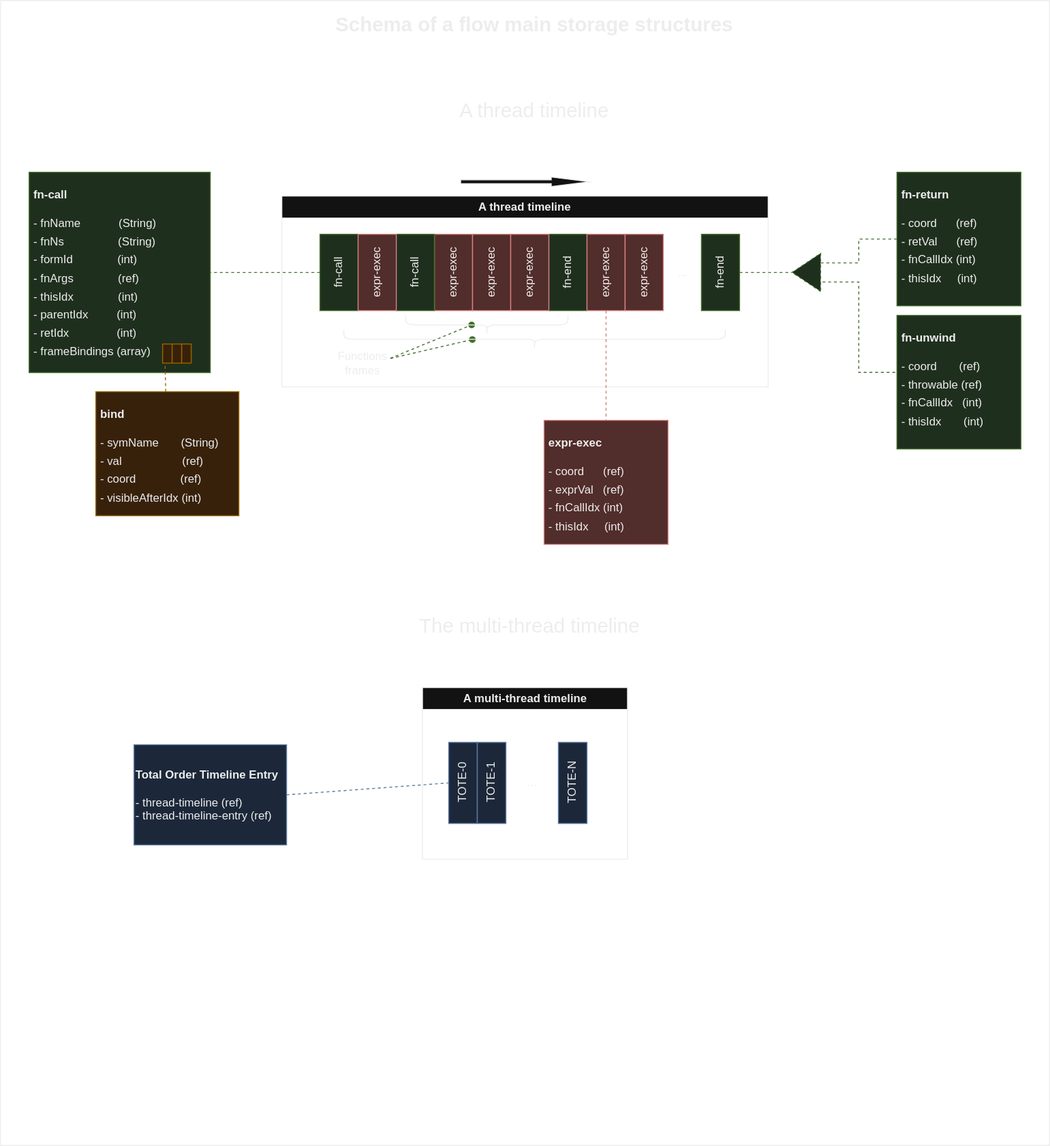
Above: docs/timeline.svg in flow-storm/flow-storm-debugger (draw.io), before the change. Source tidied: cells renumbered, new cells last; positions are measured from the earlier drawing's top-left corner, leaving out a move shared by most shapes.
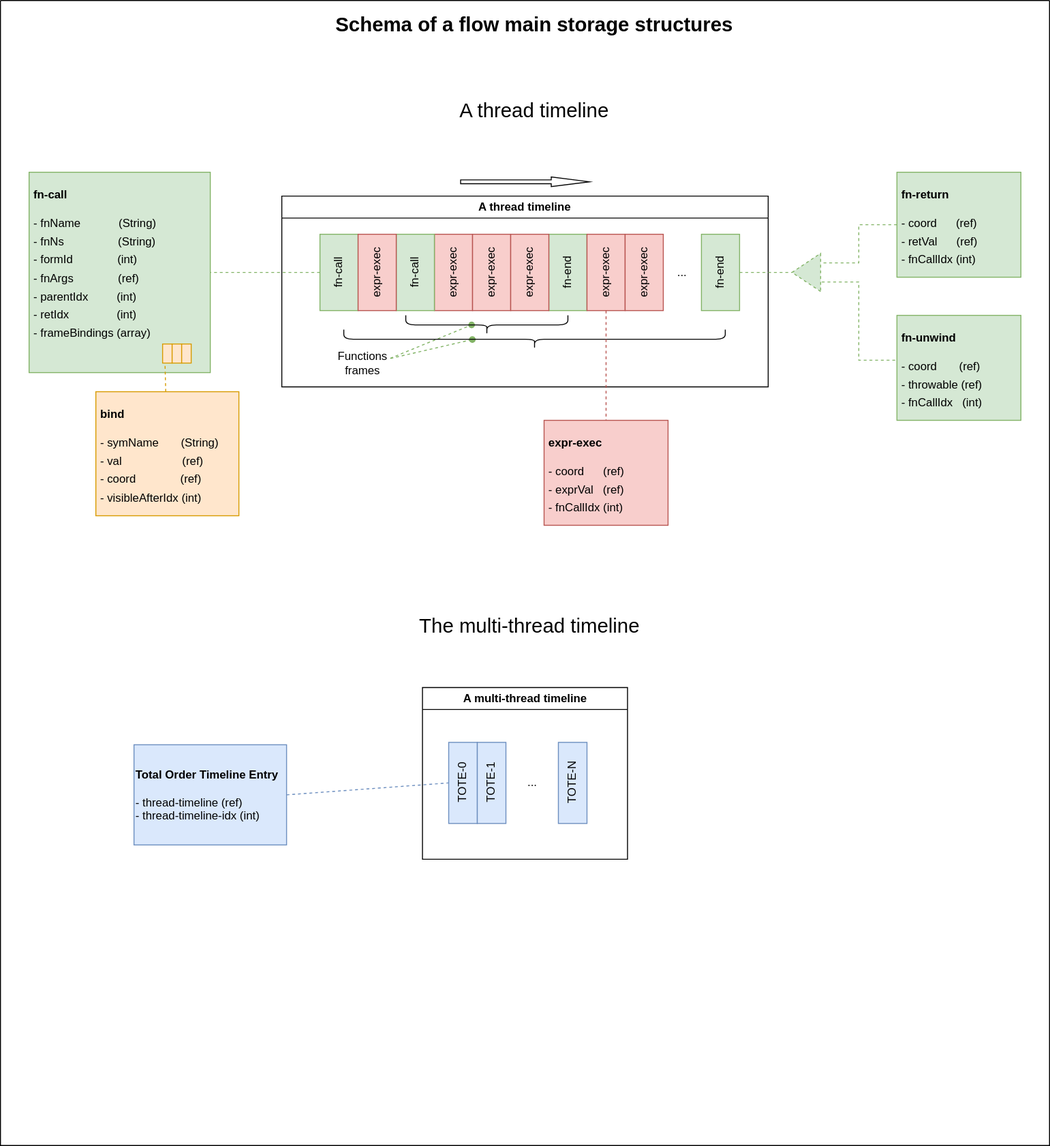
The same file after the commit.

What changed in the source:
```diff
@@ -11,14 +11,14 @@
     <mxCell id="4" style="edgeStyle=orthogonalEdgeStyle;rounded=0;jettySize=auto;html=1;exitX=0;exitY=0.5;exitDx=0;exitDy=0;entryX=0;entryY=0.75;entryDx=0;entryDy=0;dashed=1;fillColor=#d5e8d4;strokeColor=#82b366;endArrow=none;endFill=0;" parent="2" edge="1" source="5" target="3">
       <mxGeometry relative="1" as="geometry" />
     </mxCell>
-    <mxCell id="5" value="&lt;h1&gt;&lt;font style=&quot;font-size: 12px;&quot;&gt;fn-return&lt;/font&gt;&lt;/h1&gt;&lt;p style=&quot;line-height: 60%;&quot;&gt;- coord&amp;nbsp; &amp;nbsp; &amp;nbsp; (ref)&lt;/p&gt;&lt;p style=&quot;line-height: 60%;&quot;&gt;- retVal&amp;nbsp; &amp;nbsp; &amp;nbsp; (ref)&lt;/p&gt;&lt;p style=&quot;line-height: 60%;&quot;&gt;- fnCallIdx (int)&lt;/p&gt;&lt;p style=&quot;line-height: 60%;&quot;&gt;- thisIdx&amp;nbsp; &amp;nbsp; &amp;nbsp;(int)&lt;/p&gt;" style="text;html=1;strokeColor=#82b366;fillColor=#d5e8d4;spacing=5;spacingTop=-20;whiteSpace=wrap;overflow=hidden;rounded=0;" parent="2" vertex="1">
-      <mxGeometry x="940" y="180" width="130" height="140" as="geometry" />
+    <mxCell id="5" value="&lt;h1&gt;&lt;font style=&quot;font-size: 12px;&quot;&gt;fn-return&lt;/font&gt;&lt;/h1&gt;&lt;p style=&quot;line-height: 60%;&quot;&gt;- coord&amp;nbsp; &amp;nbsp; &amp;nbsp; (ref)&lt;/p&gt;&lt;p style=&quot;line-height: 60%;&quot;&gt;- retVal&amp;nbsp; &amp;nbsp; &amp;nbsp; (ref)&lt;/p&gt;&lt;p style=&quot;line-height: 60%;&quot;&gt;- fnCallIdx (int)&lt;/p&gt;" style="text;html=1;strokeColor=#82b366;fillColor=#d5e8d4;spacing=5;spacingTop=-20;whiteSpace=wrap;overflow=hidden;rounded=0;" parent="2" vertex="1">
+      <mxGeometry x="940" y="180" width="130" height="110" as="geometry" />
     </mxCell>
     <mxCell id="6" style="edgeStyle=orthogonalEdgeStyle;rounded=0;jettySize=auto;html=1;exitX=-0.014;exitY=0.427;exitDx=0;exitDy=0;entryX=0;entryY=0.25;entryDx=0;entryDy=0;dashed=1;endArrow=none;endFill=0;fillColor=#d5e8d4;strokeColor=#82b366;exitPerimeter=0;" parent="2" edge="1" source="7" target="3">
       <mxGeometry relative="1" as="geometry" />
     </mxCell>
-    <mxCell id="7" value="&lt;h1&gt;&lt;font style=&quot;font-size: 12px;&quot;&gt;fn-unwind&lt;/font&gt;&lt;/h1&gt;&lt;p style=&quot;line-height: 60%;&quot;&gt;- coord&amp;nbsp; &amp;nbsp; &amp;nbsp; &amp;nbsp;(ref)&lt;/p&gt;&lt;p style=&quot;line-height: 60%;&quot;&gt;- throwable (ref)&lt;/p&gt;&lt;p style=&quot;line-height: 60%;&quot;&gt;- fnCallIdx&amp;nbsp; &amp;nbsp;(int)&lt;/p&gt;&lt;p style=&quot;line-height: 60%;&quot;&gt;- thisIdx&amp;nbsp; &amp;nbsp; &amp;nbsp; &amp;nbsp;(int)&lt;/p&gt;" style="text;html=1;strokeColor=#82b366;fillColor=#d5e8d4;spacing=5;spacingTop=-20;whiteSpace=wrap;overflow=hidden;rounded=0;" parent="2" vertex="1">
-      <mxGeometry x="940" y="330" width="130" height="140" as="geometry" />
+    <mxCell id="7" value="&lt;h1&gt;&lt;font style=&quot;font-size: 12px;&quot;&gt;fn-unwind&lt;/font&gt;&lt;/h1&gt;&lt;p style=&quot;line-height: 60%;&quot;&gt;- coord&amp;nbsp; &amp;nbsp; &amp;nbsp; &amp;nbsp;(ref)&lt;/p&gt;&lt;p style=&quot;line-height: 60%;&quot;&gt;- throwable (ref)&lt;/p&gt;&lt;p style=&quot;line-height: 60%;&quot;&gt;- fnCallIdx&amp;nbsp; &amp;nbsp;(int)&lt;/p&gt;" style="text;html=1;strokeColor=#82b366;fillColor=#d5e8d4;spacing=5;spacingTop=-20;whiteSpace=wrap;overflow=hidden;rounded=0;" parent="2" vertex="1">
+      <mxGeometry x="940" y="330" width="130" height="110" as="geometry" />
     </mxCell>
     <mxCell id="8" style="rounded=0;jettySize=auto;html=1;exitX=0.978;exitY=0.333;exitDx=0;exitDy=0;entryX=0.5;entryY=0.594;entryDx=0;entryDy=0;entryPerimeter=0;endArrow=oval;endFill=1;exitPerimeter=0;dashed=1;fillColor=#d5e8d4;strokeColor=#82b366;" parent="2" edge="1" source="22" target="24">
       <mxGeometry relative="1" as="geometry" />
@@ -74,7 +74,7 @@
     <mxCell id="25" style="shape=curlyBracket;whiteSpace=wrap;html=1;rounded=1;flipH=1;labelPosition=right;verticalLabelPosition=middle;align=left;verticalAlign=middle;rotation=90;" parent="2" vertex="1">
       <mxGeometry x="550" y="155" width="20" height="400" as="geometry" />
     </mxCell>
-    <mxCell id="26" value="&lt;h1&gt;&lt;font style=&quot;font-size: 12px;&quot;&gt;fn-call&amp;nbsp;&lt;/font&gt;&lt;/h1&gt;&lt;p style=&quot;line-height: 60%;&quot;&gt;- fnName&amp;nbsp; &amp;nbsp; &amp;nbsp; &amp;nbsp; &amp;nbsp; &amp;nbsp; (String)&lt;/p&gt;&lt;p style=&quot;line-height: 60%;&quot;&gt;- fnNs&amp;nbsp; &amp;nbsp; &amp;nbsp; &amp;nbsp; &amp;nbsp; &amp;nbsp; &amp;nbsp; &amp;nbsp; &amp;nbsp;(String)&lt;/p&gt;&lt;p style=&quot;line-height: 60%;&quot;&gt;- formId&amp;nbsp; &amp;nbsp; &amp;nbsp; &amp;nbsp; &amp;nbsp; &amp;nbsp; &amp;nbsp; (int)&lt;/p&gt;&lt;p style=&quot;line-height: 60%;&quot;&gt;- fnArgs&amp;nbsp; &amp;nbsp; &amp;nbsp; &amp;nbsp; &amp;nbsp; &amp;nbsp; &amp;nbsp; (ref)&lt;/p&gt;&lt;p style=&quot;line-height: 60%;&quot;&gt;&lt;span style=&quot;background-color: initial;&quot;&gt;- thisIdx&amp;nbsp; &amp;nbsp; &amp;nbsp; &amp;nbsp; &amp;nbsp; &amp;nbsp; &amp;nbsp; (int)&lt;/span&gt;&lt;br&gt;&lt;/p&gt;&lt;p style=&quot;line-height: 60%;&quot;&gt;- parentIdx&amp;nbsp; &amp;nbsp; &amp;nbsp; &amp;nbsp; &amp;nbsp;(int)&lt;/p&gt;&lt;p style=&quot;line-height: 60%;&quot;&gt;&lt;span style=&quot;background-color: initial;&quot;&gt;- retIdx&amp;nbsp; &amp;nbsp; &amp;nbsp; &amp;nbsp; &amp;nbsp; &amp;nbsp; &amp;nbsp; &amp;nbsp;(int)&lt;/span&gt;&lt;/p&gt;&lt;p style=&quot;line-height: 60%;&quot;&gt;- frameBindings (array)&lt;span style=&quot;background-color: initial;&quot;&gt;&lt;br&gt;&lt;/span&gt;&lt;/p&gt;" style="text;html=1;strokeColor=#82b366;fillColor=#d5e8d4;spacing=5;spacingTop=-20;whiteSpace=wrap;overflow=hidden;rounded=0;" parent="2" vertex="1">
+    <mxCell id="26" value="&lt;h1&gt;&lt;font style=&quot;font-size: 12px;&quot;&gt;fn-call&amp;nbsp;&lt;/font&gt;&lt;/h1&gt;&lt;p style=&quot;line-height: 60%;&quot;&gt;- fnName&amp;nbsp; &amp;nbsp; &amp;nbsp; &amp;nbsp; &amp;nbsp; &amp;nbsp; (String)&lt;/p&gt;&lt;p style=&quot;line-height: 60%;&quot;&gt;- fnNs&amp;nbsp; &amp;nbsp; &amp;nbsp; &amp;nbsp; &amp;nbsp; &amp;nbsp; &amp;nbsp; &amp;nbsp; &amp;nbsp;(String)&lt;/p&gt;&lt;p style=&quot;line-height: 60%;&quot;&gt;- formId&amp;nbsp; &amp;nbsp; &amp;nbsp; &amp;nbsp; &amp;nbsp; &amp;nbsp; &amp;nbsp; (int)&lt;/p&gt;&lt;p style=&quot;line-height: 60%;&quot;&gt;- fnArgs&amp;nbsp; &amp;nbsp; &amp;nbsp; &amp;nbsp; &amp;nbsp; &amp;nbsp; &amp;nbsp; (ref)&lt;/p&gt;&lt;p style=&quot;line-height: 60%;&quot;&gt;- parentIdx&amp;nbsp; &amp;nbsp; &amp;nbsp; &amp;nbsp; &amp;nbsp;(int)&lt;/p&gt;&lt;p style=&quot;line-height: 60%;&quot;&gt;&lt;span style=&quot;background-color: initial;&quot;&gt;- retIdx&amp;nbsp; &amp;nbsp; &amp;nbsp; &amp;nbsp; &amp;nbsp; &amp;nbsp; &amp;nbsp; &amp;nbsp;(int)&lt;/span&gt;&lt;/p&gt;&lt;p style=&quot;line-height: 60%;&quot;&gt;- frameBindings (array)&lt;span style=&quot;background-color: initial;&quot;&gt;&lt;br&gt;&lt;/span&gt;&lt;/p&gt;" style="text;html=1;strokeColor=#82b366;fillColor=#d5e8d4;spacing=5;spacingTop=-20;whiteSpace=wrap;overflow=hidden;rounded=0;" parent="2" vertex="1">
       <mxGeometry x="30" y="180" width="190" height="210" as="geometry" />
     </mxCell>
     <mxCell id="27" style="rounded=0;jettySize=auto;html=1;fillColor=#d5e8d4;strokeColor=#82b366;dashed=1;endArrow=none;endFill=0;" parent="2" edge="1" source="10" target="26">
@@ -101,8 +101,8 @@
     <mxCell id="34" style="html=1;shadow=0;dashed=0;align=center;verticalAlign=middle;shape=mxgraph.arrows2.arrow;dy=0.6;dx=40;notch=0;" parent="2" vertex="1">
       <mxGeometry x="482.5" y="185" width="135" height="10" as="geometry" />
     </mxCell>
-    <mxCell id="35" value="&lt;h1&gt;&lt;font style=&quot;font-size: 12px;&quot;&gt;expr-exec&amp;nbsp;&lt;/font&gt;&lt;/h1&gt;&lt;p style=&quot;line-height: 60%;&quot;&gt;- coord&amp;nbsp; &amp;nbsp; &amp;nbsp; (ref)&lt;/p&gt;&lt;p style=&quot;line-height: 60%;&quot;&gt;- exprVal&amp;nbsp; &amp;nbsp;(ref)&lt;/p&gt;&lt;p style=&quot;line-height: 60%;&quot;&gt;- fnCallIdx (int)&lt;/p&gt;&lt;p style=&quot;line-height: 60%;&quot;&gt;- thisIdx&amp;nbsp; &amp;nbsp; &amp;nbsp;(int)&lt;/p&gt;" style="text;html=1;strokeColor=#b85450;fillColor=#f8cecc;spacing=5;spacingTop=-20;whiteSpace=wrap;overflow=hidden;rounded=0;" parent="2" vertex="1">
-      <mxGeometry x="570" y="440" width="130" height="130" as="geometry" />
+    <mxCell id="35" value="&lt;h1&gt;&lt;font style=&quot;font-size: 12px;&quot;&gt;expr-exec&amp;nbsp;&lt;/font&gt;&lt;/h1&gt;&lt;p style=&quot;line-height: 60%;&quot;&gt;- coord&amp;nbsp; &amp;nbsp; &amp;nbsp; (ref)&lt;/p&gt;&lt;p style=&quot;line-height: 60%;&quot;&gt;- exprVal&amp;nbsp; &amp;nbsp;(ref)&lt;/p&gt;&lt;p style=&quot;line-height: 60%;&quot;&gt;- fnCallIdx (int)&lt;/p&gt;" style="text;html=1;strokeColor=#b85450;fillColor=#f8cecc;spacing=5;spacingTop=-20;whiteSpace=wrap;overflow=hidden;rounded=0;" parent="2" vertex="1">
+      <mxGeometry x="570" y="440" width="130" height="110" as="geometry" />
     </mxCell>
     <mxCell id="36" style="rounded=0;jettySize=auto;html=1;exitX=0.5;exitY=1;exitDx=0;exitDy=0;endArrow=none;endFill=0;dashed=1;fillColor=#f8cecc;strokeColor=#b85450;" parent="2" edge="1" source="16" target="35">
       <mxGeometry relative="1" as="geometry" />
@@ -134,7 +134,7 @@
     <mxCell id="45" style="rounded=0;jettySize=auto;html=1;exitX=1;exitY=0.5;exitDx=0;exitDy=0;entryX=0.5;entryY=0;entryDx=0;entryDy=0;endArrow=none;endFill=0;dashed=1;fillColor=#dae8fc;strokeColor=#6c8ebf;" parent="2" edge="1" source="46" target="41">
       <mxGeometry relative="1" as="geometry" />
     </mxCell>
-    <mxCell id="46" value="&lt;b&gt;Total Order Timeline Entry&lt;br&gt;&lt;/b&gt;&lt;br&gt;- thread-timeline (ref)&lt;br&gt;- thread-timeline-entry (ref)" style="rounded=0;whiteSpace=wrap;html=1;align=left;fillColor=#dae8fc;strokeColor=#6c8ebf;" parent="2" vertex="1">
+    <mxCell id="46" value="&lt;b&gt;Total Order Timeline Entry&lt;br&gt;&lt;/b&gt;&lt;br&gt;- thread-timeline (ref)&lt;br&gt;- thread-timeline-idx (int)" style="rounded=0;whiteSpace=wrap;html=1;align=left;fillColor=#dae8fc;strokeColor=#6c8ebf;" parent="2" vertex="1">
       <mxGeometry x="140" y="780" width="160" height="105" as="geometry" />
     </mxCell>
   </root>
```
